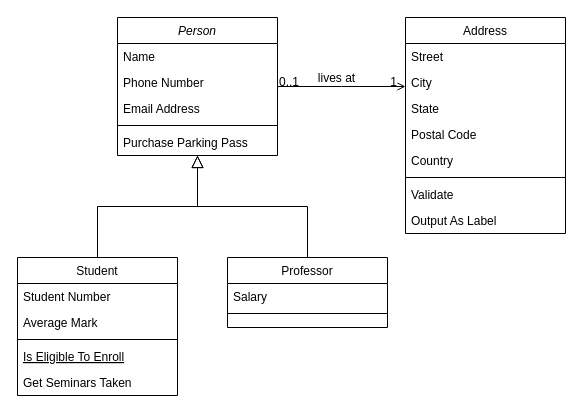
DeveloperLauri/UML-charts-draw.io keeps this draw.io diagram as Tentti.drawio. Above is the earlier version. Source tidied: cells renumbered, new cells numbered last; positions are measured from the earlier drawing's top-left corner, leaving out a move shared by most shapes. Both pictures are drawn from the tidied source at 100%, with x=0, y=0 at pixel (17, 17).
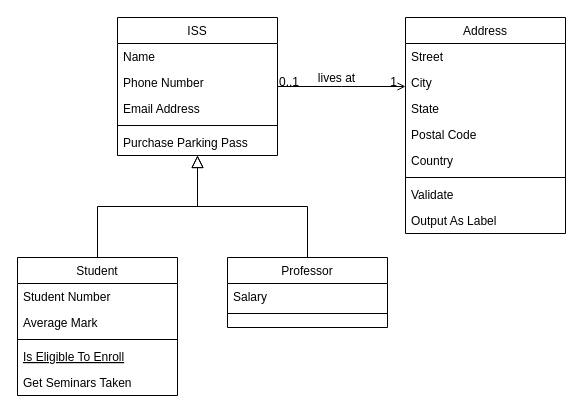
The same diagram, later.

What changed in the source:
```diff
@@
-    <mxCell id="2" value="Person" style="swimlane;fontStyle=2;align=center;verticalAlign=top;horizontal=1;startSize=26;rounded=0;shadow=0;strokeWidth=1;" parent="1" vertex="1">
+    <mxCell id="2" value="ISS" style="swimlane;fontStyle=0;align=center;verticalAlign=top;horizontal=1;startSize=26;rounded=0;shadow=0;strokeWidth=1;" parent="1" vertex="1">
       <mxGeometry x="100" width="160" height="138" as="geometry" />
     </mxCell>
```
